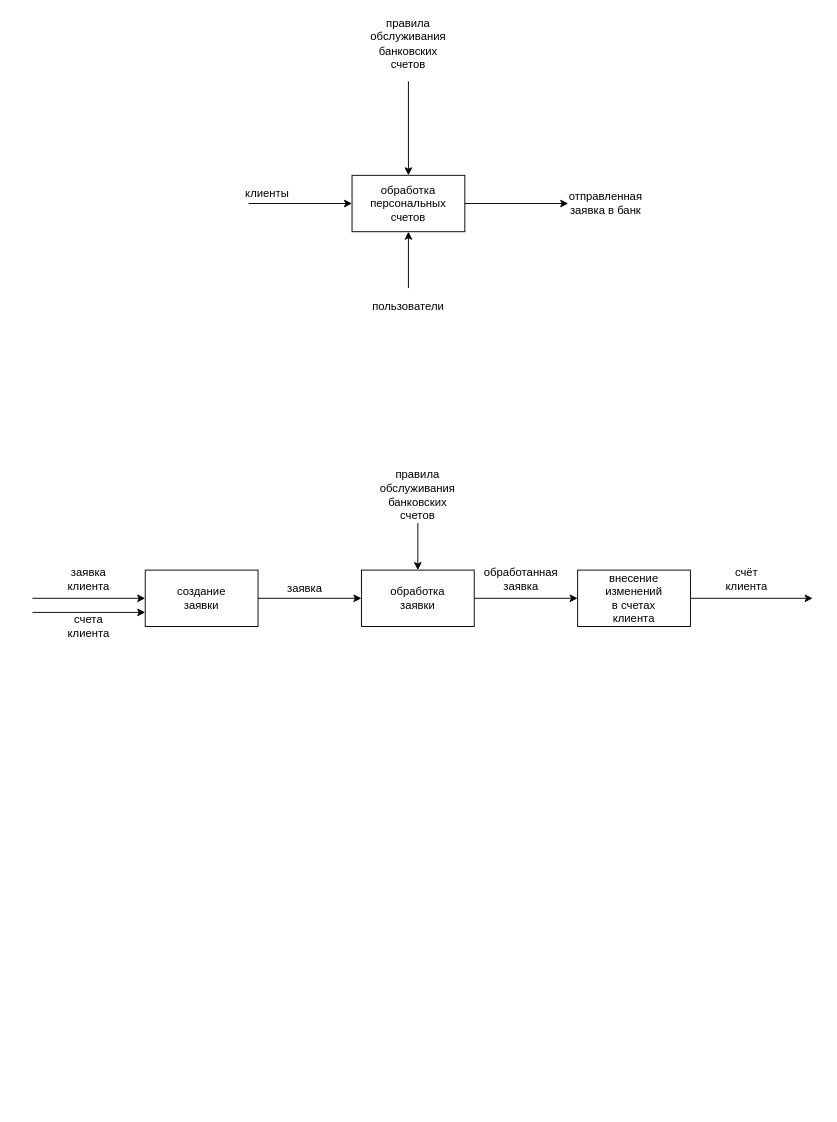
Earlier version of the draw.io diagram lab2/lab2.drawio (ENSLERMAN/bank). Source tidied: cells renumbered, new cells numbered last; positions are measured from the earlier drawing's top-left corner, leaving out a move shared by most shapes. Both pictures are drawn from the tidied source at 94%, with x=0, y=0 at pixel (32, 34).
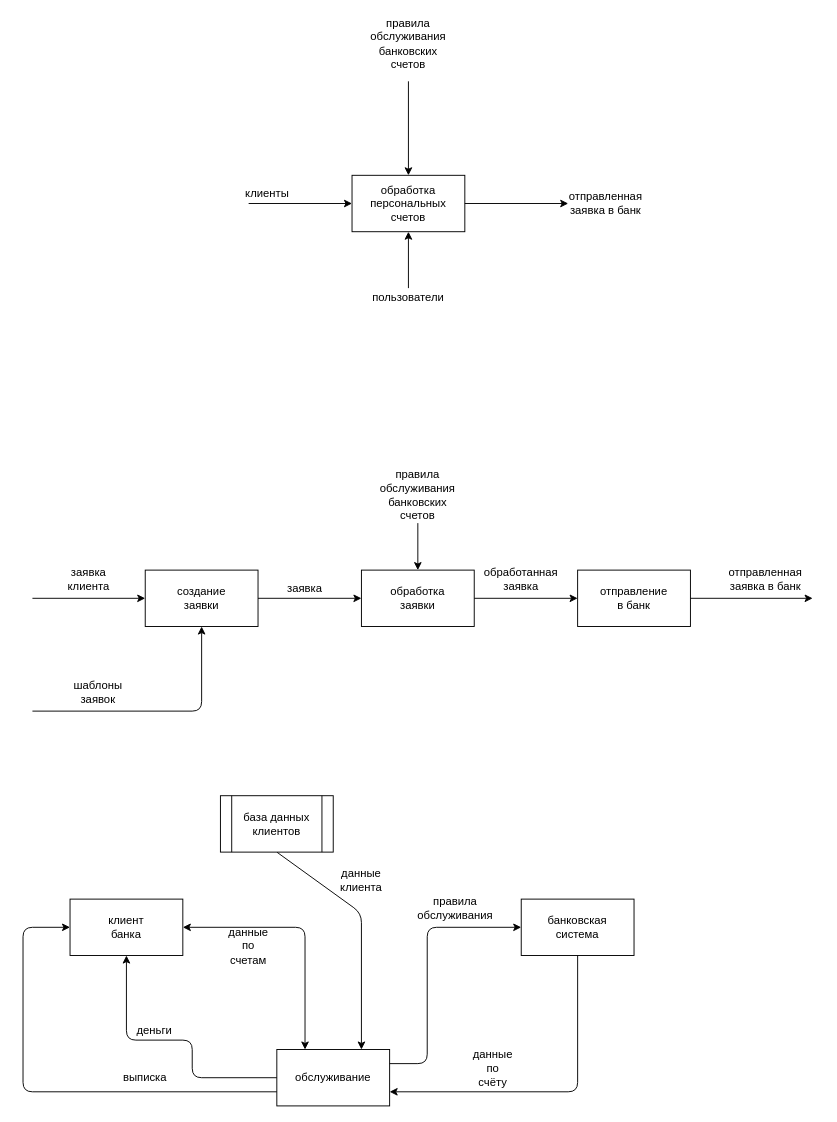
Above is the later version.

The change refers to these unchanged cells:
```xml
<mxCell id="14" style="rounded=0;whiteSpace=wrap;html=1;" parent="1" vertex="1">
  <mxGeometry x="120" y="570" width="120" height="60" as="geometry" />
</mxCell>
```

Change to the diagram source:
```diff
@@
     <mxCell id="9" value="пользователи" style="text;html=1;strokeColor=none;fillColor=none;align=center;verticalAlign=middle;whiteSpace=wrap;rounded=0;" parent="1" vertex="1">
-      <mxGeometry x="380" y="280" width="40" height="20" as="geometry" />
+      <mxGeometry x="380" y="270" width="40" height="20" as="geometry" />
     </mxCell>
@@
-    <mxCell id="22" style="endArrow=classic;html=1;entryX=0;entryY=0.75;entryDx=0;entryDy=0;" parent="1" edge="1" target="14">
-      <mxGeometry relative="1" as="geometry">
-        <mxPoint y="615" as="sourcePoint" />
-      </mxGeometry>
-    </mxCell>
-    <mxCell id="23" value="счета клиента" style="text;html=1;strokeColor=none;fillColor=none;align=center;verticalAlign=middle;whiteSpace=wrap;rounded=0;" parent="1" vertex="1">
-      <mxGeometry x="40" y="620" width="40" height="20" as="geometry" />
-    </mxCell>
@@
-    <mxCell id="27" value="внесение изменений в счетах клиента" style="text;html=1;strokeColor=none;fillColor=none;align=center;verticalAlign=middle;whiteSpace=wrap;rounded=0;" parent="1" vertex="1">
+    <mxCell id="27" value="отправление в банк" style="text;html=1;strokeColor=none;fillColor=none;align=center;verticalAlign=middle;whiteSpace=wrap;rounded=0;" parent="1" vertex="1">
       <mxGeometry x="620" y="590" width="40" height="20" as="geometry" />
     </mxCell>
@@
-    <mxCell id="29" value="счёт клиента" style="text;html=1;strokeColor=none;fillColor=none;align=center;verticalAlign=middle;whiteSpace=wrap;rounded=0;" parent="1" vertex="1">
-      <mxGeometry x="740" y="570" width="40" height="20" as="geometry" />
-    </mxCell>
+    <mxCell id="30" value="отправленная заявка в банк" style="text;html=1;strokeColor=none;fillColor=none;align=center;verticalAlign=middle;whiteSpace=wrap;rounded=0;" parent="1" vertex="1">
+      <mxGeometry x="760" y="570" width="40" height="20" as="geometry" />
+    </mxCell>
+    <mxCell id="31" style="endArrow=classic;html=1;entryX=0.5;entryY=1;entryDx=0;entryDy=0;" parent="1" edge="1" target="14">
+      <mxGeometry relative="1" as="geometry">
+        <mxPoint y="720" as="sourcePoint" />
+        <Array as="points">
+          <mxPoint x="180" y="720" />
+        </Array>
+      </mxGeometry>
+    </mxCell>
+    <mxCell id="32" value="шаблоны заявок" style="text;html=1;strokeColor=none;fillColor=none;align=center;verticalAlign=middle;whiteSpace=wrap;rounded=0;" parent="1" vertex="1">
+      <mxGeometry x="50" y="690" width="40" height="20" as="geometry" />
+    </mxCell>
+    <mxCell id="33" style="rounded=0;whiteSpace=wrap;html=1;" parent="1" vertex="1">
+      <mxGeometry x="40" y="920" width="120" height="60" as="geometry" />
+    </mxCell>
+    <mxCell id="34" value="клиент банка" style="text;html=1;strokeColor=none;fillColor=none;align=center;verticalAlign=middle;whiteSpace=wrap;rounded=0;" parent="1" vertex="1">
+      <mxGeometry x="80" y="940" width="40" height="20" as="geometry" />
+    </mxCell>
+    <mxCell id="35" style="rounded=0;whiteSpace=wrap;html=1;" parent="1" vertex="1">
+      <mxGeometry x="520" y="920" width="120" height="60" as="geometry" />
+    </mxCell>
+    <mxCell id="36" value="банковская система" style="text;html=1;strokeColor=none;fillColor=none;align=center;verticalAlign=middle;whiteSpace=wrap;rounded=0;" parent="1" vertex="1">
+      <mxGeometry x="560" y="940" width="40" height="20" as="geometry" />
+    </mxCell>
+    <mxCell id="37" style="rounded=0;whiteSpace=wrap;html=1;" parent="1" vertex="1">
+      <mxGeometry x="260" y="1080" width="120" height="60" as="geometry" />
+    </mxCell>
+    <mxCell id="38" value="обслуживание" style="text;html=1;strokeColor=none;fillColor=none;align=center;verticalAlign=middle;whiteSpace=wrap;rounded=0;" parent="1" vertex="1">
+      <mxGeometry x="300" y="1100" width="40" height="20" as="geometry" />
+    </mxCell>
+    <mxCell id="39" style="endArrow=classic;html=1;exitX=0;exitY=0.75;exitDx=0;exitDy=0;entryX=0;entryY=0.5;entryDx=0;entryDy=0;" parent="1" edge="1" source="37" target="33">
+      <mxGeometry relative="1" as="geometry">
+        <Array as="points">
+          <mxPoint x="-10" y="1125" />
+          <mxPoint x="-10" y="950" />
+        </Array>
+      </mxGeometry>
+    </mxCell>
+    <mxCell id="40" value="выписка" style="text;html=1;strokeColor=none;fillColor=none;align=center;verticalAlign=middle;whiteSpace=wrap;rounded=0;" parent="1" vertex="1">
+      <mxGeometry x="100" y="1100" width="40" height="20" as="geometry" />
+    </mxCell>
+    <mxCell id="41" style="endArrow=classic;html=1;exitX=0;exitY=0.5;exitDx=0;exitDy=0;entryX=0.5;entryY=1;entryDx=0;entryDy=0;" parent="1" edge="1" source="37" target="33">
+      <mxGeometry relative="1" as="geometry">
+        <Array as="points">
+          <mxPoint x="170" y="1110" />
+          <mxPoint x="170" y="1070" />
+          <mxPoint x="100" y="1070" />
+        </Array>
+      </mxGeometry>
+    </mxCell>
+    <mxCell id="42" value="деньги" style="text;html=1;strokeColor=none;fillColor=none;align=center;verticalAlign=middle;whiteSpace=wrap;rounded=0;" parent="1" vertex="1">
+      <mxGeometry x="110" y="1050" width="40" height="20" as="geometry" />
+    </mxCell>
+    <mxCell id="43" style="endArrow=classic;startArrow=classic;html=1;exitX=1;exitY=0.5;exitDx=0;exitDy=0;entryX=0.25;entryY=0;entryDx=0;entryDy=0;" parent="1" edge="1" source="33" target="37">
+      <mxGeometry relative="1" as="geometry">
+        <Array as="points">
+          <mxPoint x="290" y="950" />
+        </Array>
+      </mxGeometry>
+    </mxCell>
+    <mxCell id="44" value="данные по счетам" style="text;html=1;strokeColor=none;fillColor=none;align=center;verticalAlign=middle;whiteSpace=wrap;rounded=0;" parent="1" vertex="1">
+      <mxGeometry x="210" y="960" width="40" height="20" as="geometry" />
+    </mxCell>
+    <mxCell id="45" style="endArrow=classic;html=1;exitX=0.5;exitY=1;exitDx=0;exitDy=0;entryX=0.75;entryY=0;entryDx=0;entryDy=0;" parent="1" edge="1" source="51" target="37">
+      <mxGeometry relative="1" as="geometry">
+        <Array as="points">
+          <mxPoint x="350" y="935" />
+        </Array>
+      </mxGeometry>
+    </mxCell>
+    <mxCell id="46" value="данные клиента" style="text;html=1;strokeColor=none;fillColor=none;align=center;verticalAlign=middle;whiteSpace=wrap;rounded=0;" parent="1" vertex="1">
+      <mxGeometry x="330" y="890" width="40" height="20" as="geometry" />
+    </mxCell>
+    <mxCell id="47" style="endArrow=classic;html=1;exitX=1;exitY=0.25;exitDx=0;exitDy=0;entryX=0;entryY=0.5;entryDx=0;entryDy=0;" parent="1" edge="1" source="37" target="35">
+      <mxGeometry relative="1" as="geometry">
+        <Array as="points">
+          <mxPoint x="420" y="1095" />
+          <mxPoint x="420" y="950" />
+        </Array>
+      </mxGeometry>
+    </mxCell>
+    <mxCell id="48" value="правила обслуживания" style="text;html=1;strokeColor=none;fillColor=none;align=center;verticalAlign=middle;whiteSpace=wrap;rounded=0;" parent="1" vertex="1">
+      <mxGeometry x="430" y="920" width="40" height="20" as="geometry" />
+    </mxCell>
+    <mxCell id="49" style="endArrow=classic;html=1;exitX=0.5;exitY=1;exitDx=0;exitDy=0;entryX=1;entryY=0.75;entryDx=0;entryDy=0;" parent="1" edge="1" source="35" target="37">
+      <mxGeometry relative="1" as="geometry">
+        <Array as="points">
+          <mxPoint x="580" y="1125" />
+        </Array>
+      </mxGeometry>
+    </mxCell>
+    <mxCell id="50" value="данные по счёту" style="text;html=1;strokeColor=none;fillColor=none;align=center;verticalAlign=middle;whiteSpace=wrap;rounded=0;" parent="1" vertex="1">
+      <mxGeometry x="470" y="1090" width="40" height="20" as="geometry" />
+    </mxCell>
+    <mxCell id="51" value="база данных клиентов" style="shape=process;whiteSpace=wrap;html=1;backgroundOutline=1;" parent="1" vertex="1">
+      <mxGeometry x="200" y="810" width="120" height="60" as="geometry" />
+    </mxCell>
```
